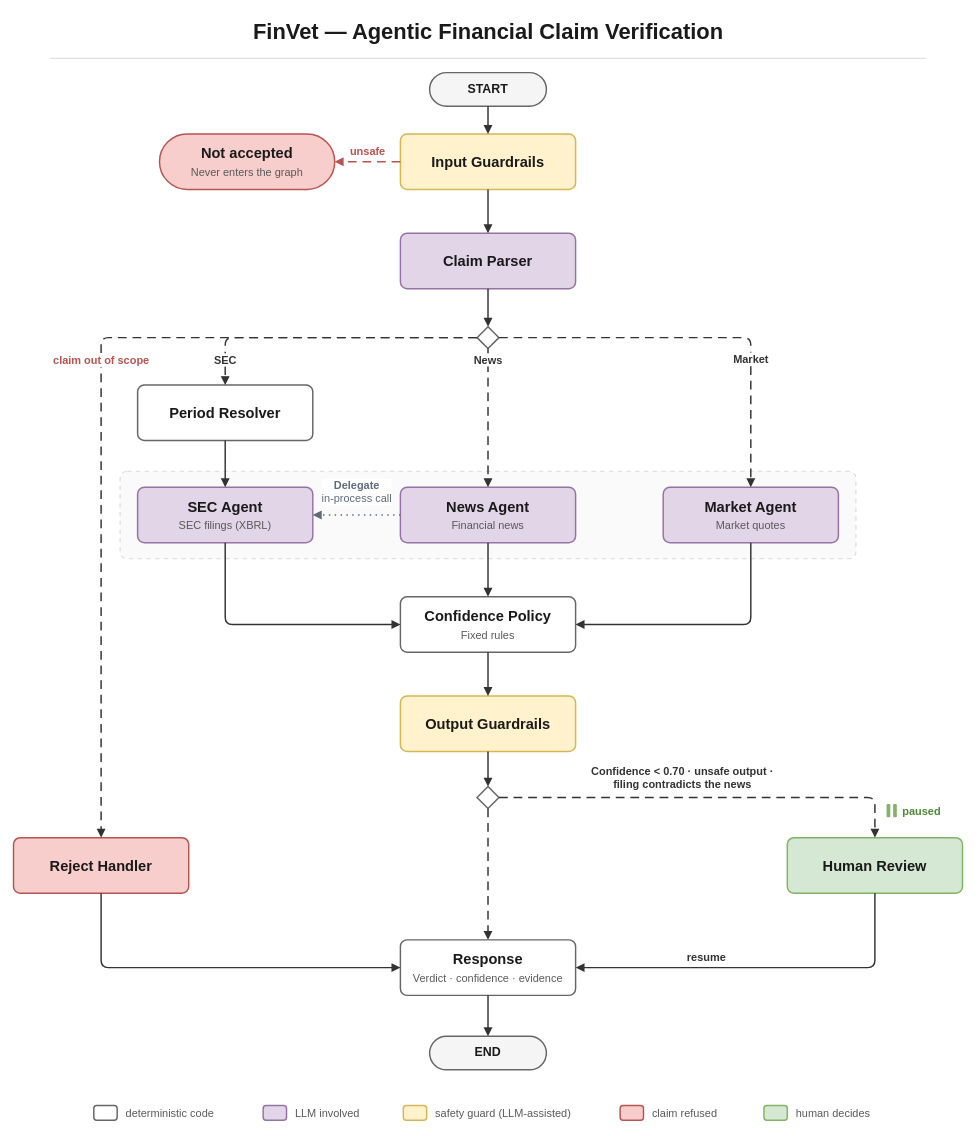
Above: docs/diagrams/finvet-pipeline.drawio in danielberhane/finvet (draw.io), before the change. Source tidied: cells renumbered, new cells numbered last; positions are measured from the earlier drawing's top-left corner, leaving out a move shared by most shapes. Both pictures are drawn from the tidied source at 73%, with x=0, y=0 at pixel (13, 12).
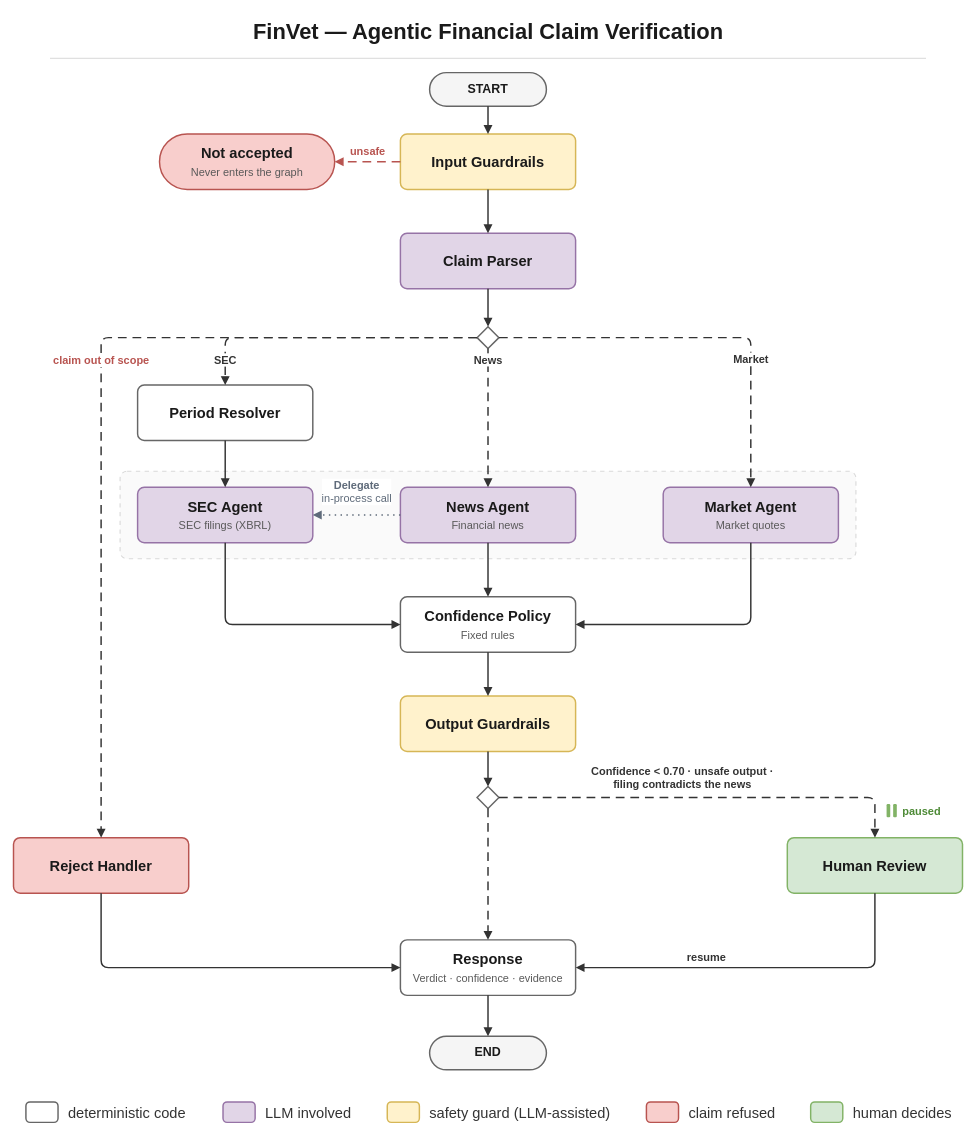
Above is the later version.

Commit message (it also covers changes not shown here):
docs(diagram): legend readable at README width

Legend labels match the node titles (20 px, darker grey) and the swatches
are larger; the row is re-centred. No other element or word changes.

What changed in the source:
```diff
@@
     <mxCell id="44" style="rounded=1;arcSize=20;html=1;fillColor=#FFFFFF;strokeColor=#666666;strokeWidth=2;" parent="1" vertex="1">
-      <mxGeometry x="110" y="1497" width="32" height="20" as="geometry" />
+      <mxGeometry x="17" y="1492" width="44" height="28" as="geometry" />
     </mxCell>
-    <mxCell id="45" value="deterministic code" style="text;html=1;align=left;verticalAlign=middle;fontFamily=Helvetica;fontSize=15;fontColor=#595959;" parent="1" vertex="1">
-      <mxGeometry x="152" y="1494" width="150" height="26" as="geometry" />
+    <mxCell id="45" value="deterministic code" style="text;html=1;align=left;verticalAlign=middle;fontFamily=Helvetica;fontSize=20;fontColor=#333333;" parent="1" vertex="1">
+      <mxGeometry x="73" y="1490" width="170" height="32" as="geometry" />
     </mxCell>
     <mxCell id="46" style="rounded=1;arcSize=20;html=1;fillColor=#E1D5E7;strokeColor=#9673A6;strokeWidth=2;" parent="1" vertex="1">
-      <mxGeometry x="342" y="1497" width="32" height="20" as="geometry" />
+      <mxGeometry x="287" y="1492" width="44" height="28" as="geometry" />
     </mxCell>
-    <mxCell id="47" value="LLM involved" style="text;html=1;align=left;verticalAlign=middle;fontFamily=Helvetica;fontSize=15;fontColor=#595959;" parent="1" vertex="1">
-      <mxGeometry x="384" y="1494" width="110" height="26" as="geometry" />
+    <mxCell id="47" value="LLM involved" style="text;html=1;align=left;verticalAlign=middle;fontFamily=Helvetica;fontSize=20;fontColor=#333333;" parent="1" vertex="1">
+      <mxGeometry x="343" y="1490" width="125" height="32" as="geometry" />
     </mxCell>
     <mxCell id="48" style="rounded=1;arcSize=20;html=1;fillColor=#FFF2CC;strokeColor=#D6B656;strokeWidth=2;" parent="1" vertex="1">
-      <mxGeometry x="534" y="1497" width="32" height="20" as="geometry" />
+      <mxGeometry x="512" y="1492" width="44" height="28" as="geometry" />
     </mxCell>
-    <mxCell id="49" value="safety guard (LLM-assisted)" style="text;html=1;align=left;verticalAlign=middle;fontFamily=Helvetica;fontSize=15;fontColor=#595959;" parent="1" vertex="1">
-      <mxGeometry x="576" y="1494" width="215" height="26" as="geometry" />
+    <mxCell id="49" value="safety guard (LLM-assisted)" style="text;html=1;align=left;verticalAlign=middle;fontFamily=Helvetica;fontSize=20;fontColor=#333333;" parent="1" vertex="1">
+      <mxGeometry x="568" y="1490" width="255" height="32" as="geometry" />
     </mxCell>
     <mxCell id="50" style="rounded=1;arcSize=20;html=1;fillColor=#F8CECC;strokeColor=#B85450;strokeWidth=2;" parent="1" vertex="1">
-      <mxGeometry x="831" y="1497" width="32" height="20" as="geometry" />
+      <mxGeometry x="867" y="1492" width="44" height="28" as="geometry" />
     </mxCell>
-    <mxCell id="51" value="claim refused" style="text;html=1;align=left;verticalAlign=middle;fontFamily=Helvetica;fontSize=15;fontColor=#595959;" parent="1" vertex="1">
-      <mxGeometry x="873" y="1494" width="115" height="26" as="geometry" />
+    <mxCell id="51" value="claim refused" style="text;html=1;align=left;verticalAlign=middle;fontFamily=Helvetica;fontSize=20;fontColor=#333333;" parent="1" vertex="1">
+      <mxGeometry x="923" y="1490" width="125" height="32" as="geometry" />
     </mxCell>
     <mxCell id="52" style="rounded=1;arcSize=20;html=1;fillColor=#D5E8D4;strokeColor=#82B366;strokeWidth=2;" parent="1" vertex="1">
-      <mxGeometry x="1028" y="1497" width="32" height="20" as="geometry" />
+      <mxGeometry x="1092" y="1492" width="44" height="28" as="geometry" />
     </mxCell>
-    <mxCell id="53" value="human decides" style="text;html=1;align=left;verticalAlign=middle;fontFamily=Helvetica;fontSize=15;fontColor=#595959;" parent="1" vertex="1">
-      <mxGeometry x="1070" y="1494" width="120" height="26" as="geometry" />
+    <mxCell id="53" value="human decides" style="text;html=1;align=left;verticalAlign=middle;fontFamily=Helvetica;fontSize=20;fontColor=#333333;" parent="1" vertex="1">
+      <mxGeometry x="1148" y="1490" width="135" height="32" as="geometry" />
     </mxCell>
```
